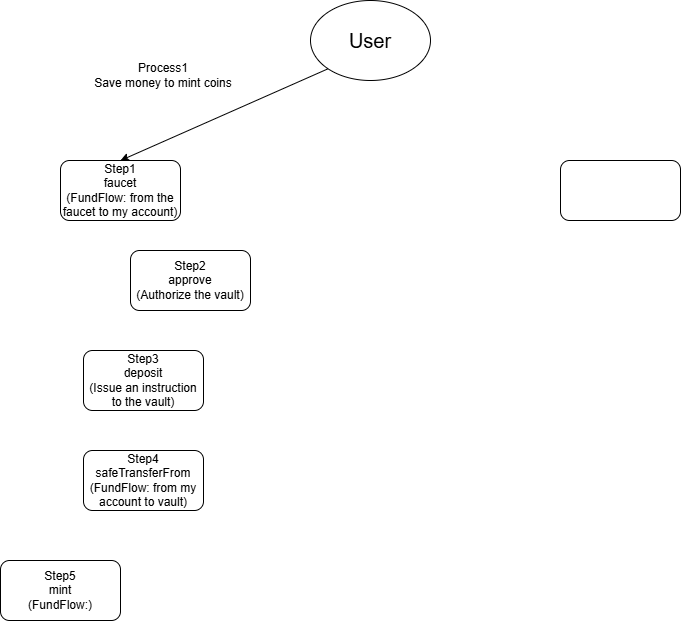
Above: architecture.png in xiaomangli69-max/stablecoin-lab-2026 (draw.io), before the change. Source tidied: cells renumbered, new cells last; positions are measured from the earlier drawing's top-left corner, leaving out a move shared by most shapes.
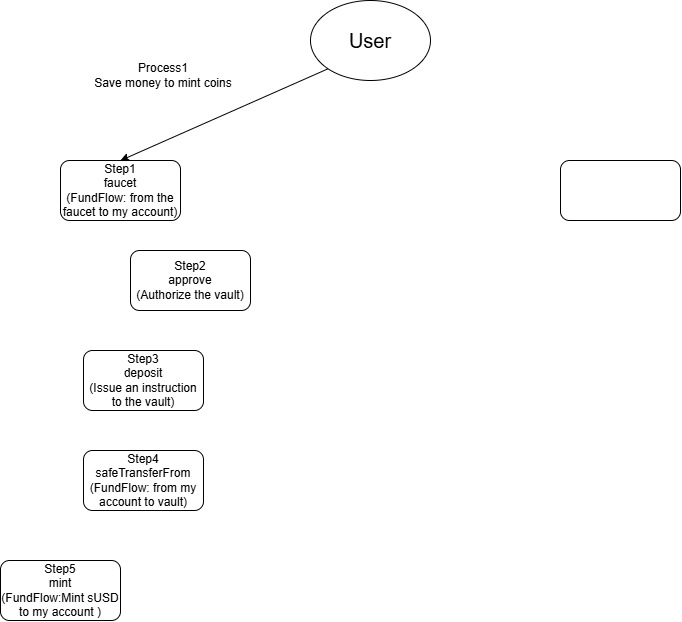
The same diagram one commit later.

The edit, as a diff of the source:
```diff
@@ -26,7 +26,7 @@
     <mxCell id="9" value="Step4&lt;div&gt;safeTransferFrom&lt;/div&gt;&lt;div&gt;(FundFlow: from my account&amp;nbsp;to vault)&lt;/div&gt;" style="rounded=1;whiteSpace=wrap;html=1;roundedPerimeter=1;" parent="1" vertex="1">
       <mxGeometry x="83" y="450" width="120" height="60" as="geometry" />
     </mxCell>
-    <mxCell id="10" value="Step5&lt;div&gt;mint&lt;/div&gt;&lt;div&gt;(FundFlow:)&lt;/div&gt;" style="rounded=1;whiteSpace=wrap;html=1;roundedPerimeter=1;" parent="1" vertex="1">
+    <mxCell id="10" value="Step5&lt;div&gt;mint&lt;/div&gt;&lt;div&gt;(FundFlow:Mint sUSD to my account )&lt;/div&gt;" style="rounded=1;whiteSpace=wrap;html=1;roundedPerimeter=1;" parent="1" vertex="1">
       <mxGeometry y="560" width="120" height="60" as="geometry" />
     </mxCell>
   </root>
```
